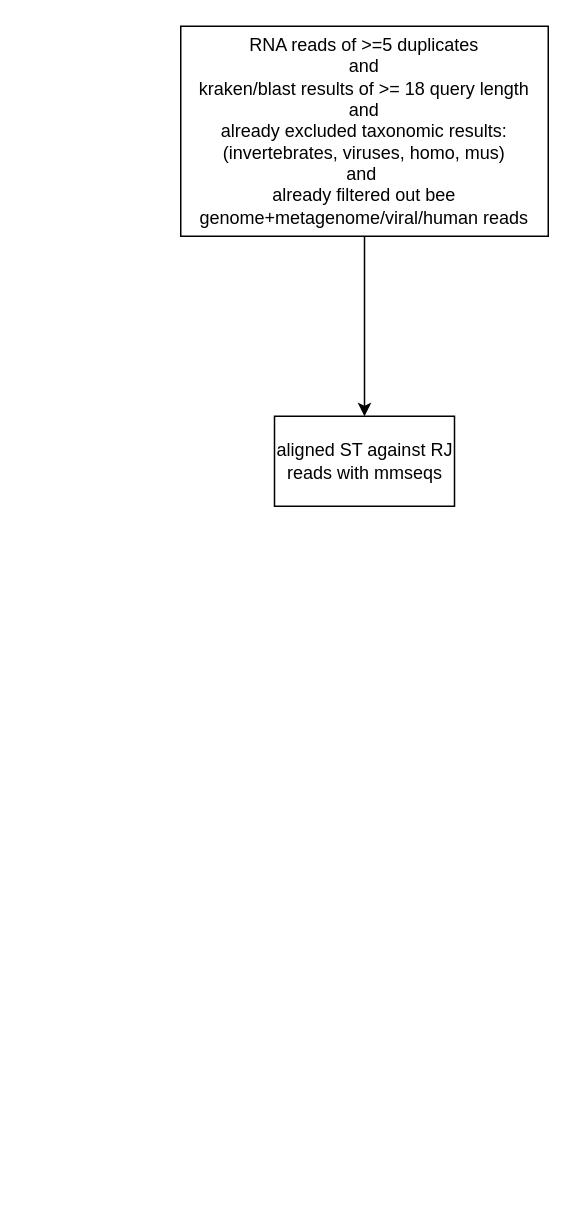
Earlier version of the draw.io diagram page "Page-5" (5 of 5) of mag_flowchart_analysis.drawio (IceGreb/diagrams). Source tidied: cells renumbered, new cells numbered last; positions are measured from the earlier drawing's top-left corner, leaving out a move shared by most shapes. Both pictures are drawn from the tidied source at 150%, with x=0, y=0 at pixel (180, 26).
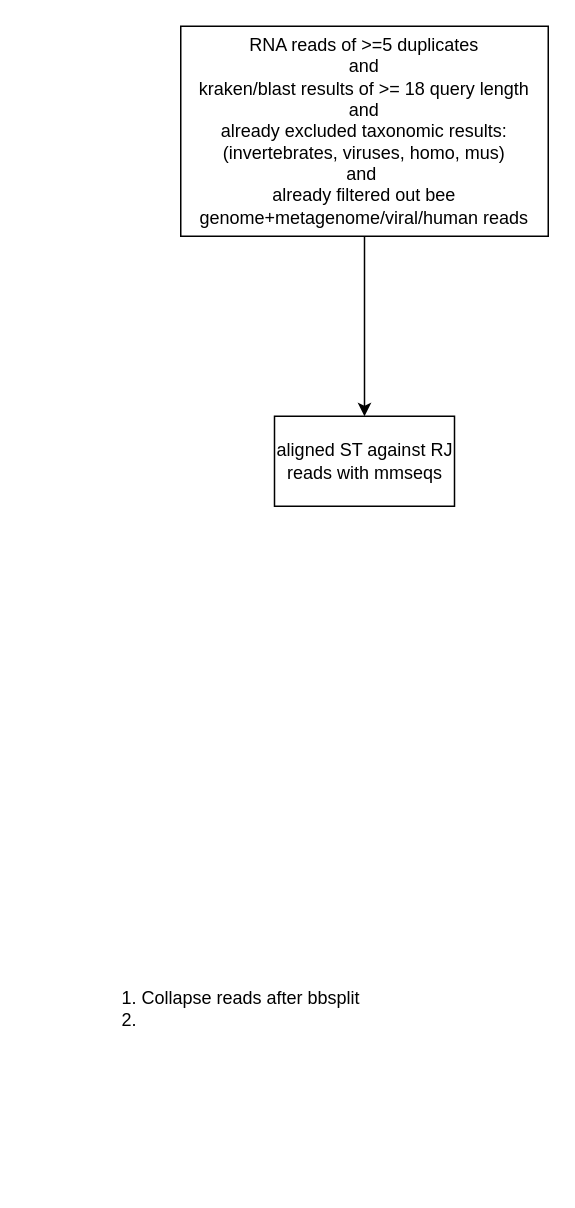
Above is the later version.

What changed in the source:
```diff
@@
 <mxGraphModel>
   <root>
     <mxCell id="0" />
     <mxCell id="1" parent="0" />
     <mxCell id="2" style="edgeStyle=orthogonalEdgeStyle;rounded=0;jettySize=auto;html=1;" parent="1" edge="1" source="3" target="4">
       <mxGeometry relative="1" as="geometry" />
     </mxCell>
     <mxCell id="3" value="&lt;div&gt;RNA reads of &amp;gt;=5 duplicates&lt;/div&gt;&lt;div&gt;and&lt;/div&gt;&lt;div&gt;kraken/blast results of &amp;gt;= 18 query length&lt;/div&gt;&lt;div&gt;and&lt;/div&gt;&lt;div&gt;already excluded taxonomic results:&lt;/div&gt;&lt;div&gt;(invertebrates, viruses, homo, mus)&lt;/div&gt;&lt;div&gt;and&amp;nbsp;&lt;/div&gt;&lt;div&gt;already filtered out bee genome+metagenome/viral/human reads&lt;/div&gt;" style="rounded=0;whiteSpace=wrap;html=1;" parent="1" vertex="1">
       <mxGeometry width="245" height="140" as="geometry" />
     </mxCell>
     <mxCell id="4" value="aligned ST against RJ reads with mmseqs" style="whiteSpace=wrap;html=1;rounded=0;" parent="1" vertex="1">
       <mxGeometry x="62.5" y="260" width="120" height="60" as="geometry" />
     </mxCell>
+    <mxCell id="5" value="&lt;ol&gt;&lt;li&gt;Collapse reads after bbsplit&lt;/li&gt;&lt;li&gt;&lt;br&gt;&lt;/li&gt;&lt;/ol&gt;" style="text;html=1;whiteSpace=wrap;strokeColor=none;fillColor=none;align=center;verticalAlign=middle;rounded=0;" parent="1" vertex="1">
+      <mxGeometry x="-103" y="540" width="260" height="230" as="geometry" />
+    </mxCell>
   </root>
 </mxGraphModel>
```
